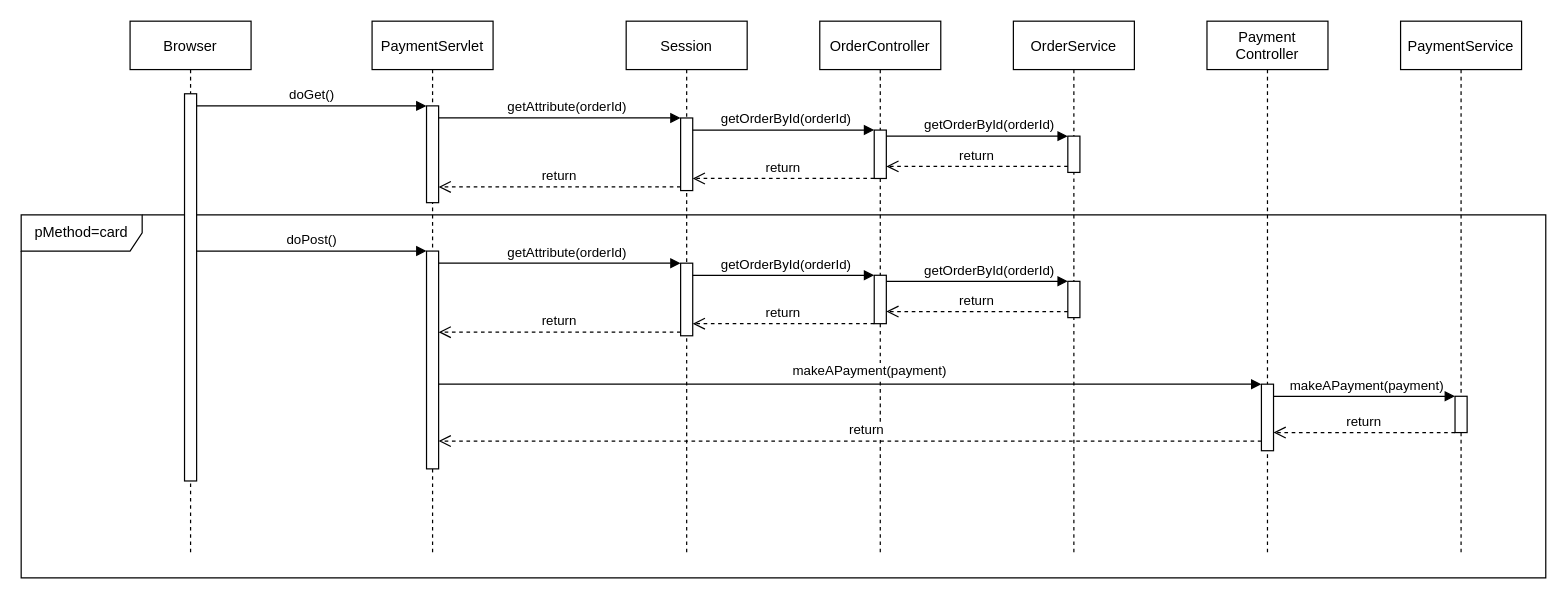
This is page "PaymentServlet" (4 of 4) of Diagrams/sequence_diagrams.drawio from matteovisotto/DB2-SirianiVisotto, a draw.io file, before an edit. Source tidied: cells renumbered, new cells numbered last; positions are measured from the earlier drawing's top-left corner, leaving out a move shared by most shapes. Both pictures are drawn from the tidied source at 121%, with x=0, y=0 at pixel (21, 21).
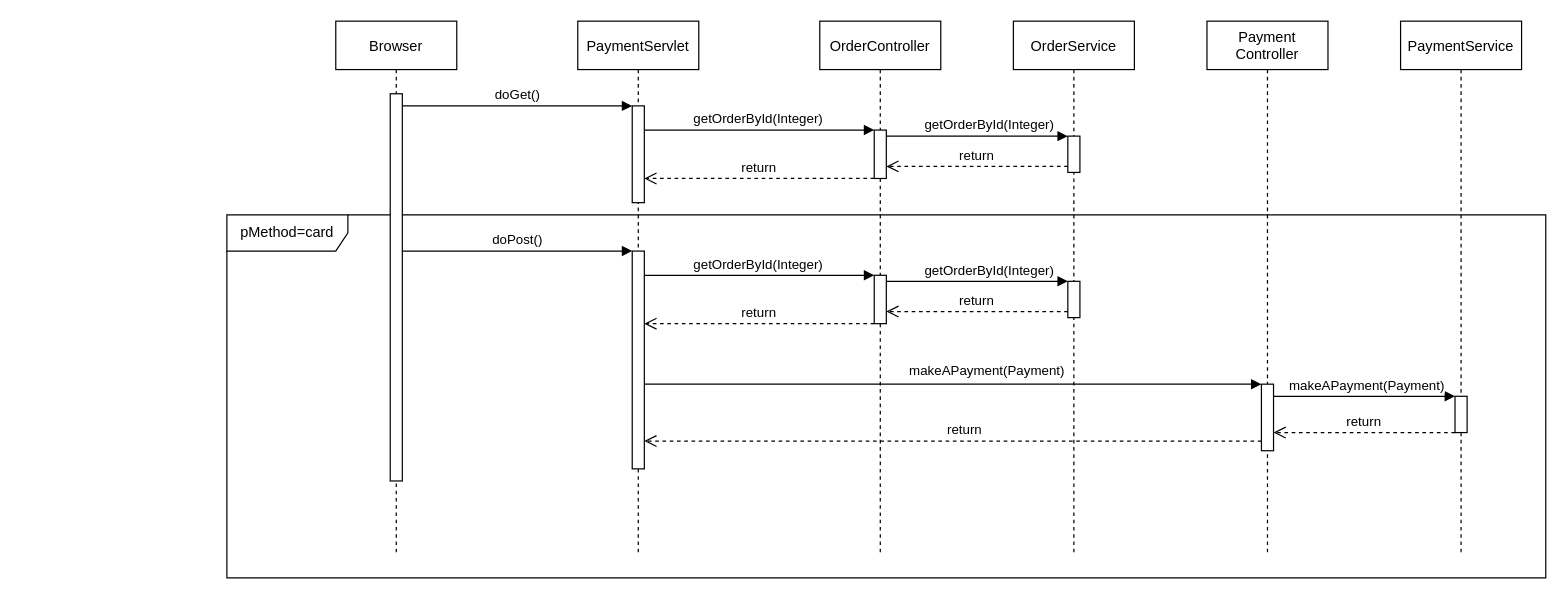
The same page after the edit.

Unchanged cells that the change refers to:
```xml
<mxCell id="4" style="points=[];perimeter=orthogonalPerimeter;rounded=0;shadow=0;strokeWidth=1;" parent="3" vertex="1">
  <mxGeometry x="45" y="70" width="10" height="80" as="geometry" />
</mxCell>
<mxCell id="5" style="points=[];perimeter=orthogonalPerimeter;rounded=0;shadow=0;strokeWidth=1;" parent="3" vertex="1">
  <mxGeometry x="45" y="190" width="10" height="180" as="geometry" />
</mxCell>
<mxCell id="12" style="points=[];perimeter=orthogonalPerimeter;rounded=0;shadow=0;strokeWidth=1;" parent="11" vertex="1">
  <mxGeometry x="45" y="60" width="10" height="320" as="geometry" />
</mxCell>
<mxCell id="19" style="points=[];perimeter=orthogonalPerimeter;rounded=0;shadow=0;strokeWidth=1;" parent="1" vertex="1">
  <mxGeometry x="705" y="90" width="10" height="40" as="geometry" />
</mxCell>
<mxCell id="24" style="verticalAlign=bottom;endArrow=block;shadow=0;strokeWidth=1;" parent="1" edge="1" source="19" target="23">
  <mxGeometry relative="1" as="geometry">
    <Array as="points">
      <mxPoint x="810" y="95" />
    </Array>
  </mxGeometry>
</mxCell>
<mxCell id="31" style="points=[];perimeter=orthogonalPerimeter;rounded=0;shadow=0;strokeWidth=1;" parent="1" vertex="1">
  <mxGeometry x="705" y="210" width="10" height="40" as="geometry" />
</mxCell>
<mxCell id="36" style="verticalAlign=bottom;endArrow=block;shadow=0;strokeWidth=1;" parent="1" edge="1" source="31" target="35">
  <mxGeometry relative="1" as="geometry">
    <Array as="points">
      <mxPoint x="810" y="215" />
    </Array>
  </mxGeometry>
</mxCell>
<mxCell id="41" style="points=[];perimeter=orthogonalPerimeter;rounded=0;shadow=0;strokeWidth=1;" parent="1" vertex="1">
  <mxGeometry x="1025" y="300" width="10" height="55" as="geometry" />
</mxCell>
<mxCell id="43" style="verticalAlign=bottom;endArrow=block;shadow=0;strokeWidth=1;" parent="1" edge="1" source="41" target="42">
  <mxGeometry relative="1" as="geometry">
    <Array as="points">
      <mxPoint x="1130" y="310" />
    </Array>
  </mxGeometry>
</mxCell>
```

The edit, as a diff of the source:
```diff
@@
     <mxCell id="2" value="pMethod=card" style="shape=umlFrame;whiteSpace=wrap;html=1;width=100;height=30;" parent="1" vertex="1">
-      <mxGeometry y="160" width="1260" height="300" as="geometry" />
+      <mxGeometry x="170" y="160" width="1090" height="300" as="geometry" />
     </mxCell>
     <mxCell id="3" value="PaymentServlet" style="shape=umlLifeline;perimeter=lifelinePerimeter;rounded=0;shadow=0;strokeWidth=1;" parent="1" vertex="1">
-      <mxGeometry x="290" width="100" height="440" as="geometry" />
+      <mxGeometry x="460" width="100" height="440" as="geometry" />
     </mxCell>
@@
-    <mxCell id="7" value="return" style="verticalAlign=bottom;endArrow=open;dashed=1;endSize=8;exitX=0;exitY=0.95;shadow=0;strokeWidth=1;" parent="1" edge="1" source="18" target="4">
-      <mxGeometry relative="1" as="geometry" />
-    </mxCell>
-    <mxCell id="8" style="verticalAlign=bottom;endArrow=block;entryX=0;entryY=0;shadow=0;strokeWidth=1;" parent="1" edge="1" source="4" target="18">
-      <mxGeometry relative="1" as="geometry" />
-    </mxCell>
-    <mxCell id="9" value="getAttribute(orderId)" style="edgeLabel;html=1;align=center;verticalAlign=middle;" parent="8" vertex="1">
-      <mxGeometry x="-0.14" y="3" relative="1" as="geometry">
-        <mxPoint x="19" y="-7" as="offset" />
-      </mxGeometry>
-    </mxCell>
@@
     <mxCell id="11" value="Browser" style="shape=umlLifeline;perimeter=lifelinePerimeter;rounded=0;shadow=0;strokeWidth=1;" parent="1" vertex="1">
-      <mxGeometry x="90" width="100" height="440" as="geometry" />
+      <mxGeometry x="260" width="100" height="440" as="geometry" />
     </mxCell>
@@
     <mxCell id="13" style="verticalAlign=bottom;endArrow=block;shadow=0;strokeWidth=1;" parent="1" edge="1" source="12" target="4">
       <mxGeometry relative="1" as="geometry">
         <Array as="points">
-          <mxPoint x="220" y="70" />
+          <mxPoint x="390" y="70" />
         </Array>
       </mxGeometry>
     </mxCell>
@@
     <mxCell id="15" style="verticalAlign=bottom;endArrow=block;shadow=0;strokeWidth=1;" parent="1" edge="1" source="12" target="5">
       <mxGeometry relative="1" as="geometry">
         <Array as="points">
-          <mxPoint x="220" y="190" />
+          <mxPoint x="390" y="190" />
         </Array>
       </mxGeometry>
     </mxCell>
@@
-    <mxCell id="17" value="Session" style="shape=umlLifeline;perimeter=lifelinePerimeter;rounded=0;shadow=0;strokeWidth=1;" parent="1" vertex="1">
-      <mxGeometry x="500" width="100" height="440" as="geometry" />
-    </mxCell>
-    <mxCell id="18" style="points=[];perimeter=orthogonalPerimeter;rounded=0;shadow=0;strokeWidth=1;" parent="17" vertex="1">
-      <mxGeometry x="45" y="80" width="10" height="60" as="geometry" />
-    </mxCell>
@@
-    <mxCell id="20" style="verticalAlign=bottom;endArrow=block;shadow=0;strokeWidth=1;" parent="1" edge="1" source="18" target="19">
+    <mxCell id="20" style="verticalAlign=bottom;endArrow=block;shadow=0;strokeWidth=1;" parent="1" edge="1" source="4" target="19">
       <mxGeometry relative="1" as="geometry">
         <Array as="points">
-          <mxPoint x="650" y="90" />
+          <mxPoint x="610" y="90" />
         </Array>
       </mxGeometry>
     </mxCell>
-    <mxCell id="21" value="getOrderById(orderId)" style="edgeLabel;html=1;align=center;verticalAlign=middle;" parent="20" vertex="1">
+    <mxCell id="21" value="getOrderById(Integer)" style="edgeLabel;html=1;align=center;verticalAlign=middle;" parent="20" vertex="1">
       <mxGeometry x="-0.14" y="3" relative="1" as="geometry">
         <mxPoint x="11" y="-7" as="offset" />
       </mxGeometry>
     </mxCell>
-    <mxCell id="22" value="return" style="verticalAlign=bottom;endArrow=open;dashed=1;endSize=8;shadow=0;strokeWidth=1;" parent="1" edge="1" source="19" target="18">
+    <mxCell id="22" value="return" style="verticalAlign=bottom;endArrow=open;dashed=1;endSize=8;shadow=0;strokeWidth=1;" parent="1" edge="1" source="19" target="4">
       <mxGeometry relative="1" as="geometry">
         <Array as="points">
-          <mxPoint x="620" y="130" />
+          <mxPoint x="650" y="130" />
         </Array>
       </mxGeometry>
     </mxCell>
@@
-    <mxCell id="25" value="getOrderById(orderId)" style="edgeLabel;html=1;align=center;verticalAlign=middle;" parent="24" vertex="1">
+    <mxCell id="25" value="getOrderById(Integer)" style="edgeLabel;html=1;align=center;verticalAlign=middle;" parent="24" vertex="1">
       <mxGeometry x="-0.14" y="3" relative="1" as="geometry">
         <mxPoint x="19" y="-7" as="offset" />
       </mxGeometry>
     </mxCell>
@@
-    <mxCell id="27" value="return" style="verticalAlign=bottom;endArrow=open;dashed=1;endSize=8;exitX=0;exitY=0.95;shadow=0;strokeWidth=1;" parent="1" edge="1" source="30" target="5">
-      <mxGeometry relative="1" as="geometry" />
-    </mxCell>
-    <mxCell id="28" style="verticalAlign=bottom;endArrow=block;entryX=0;entryY=0;shadow=0;strokeWidth=1;" parent="1" edge="1" source="5" target="30">
-      <mxGeometry relative="1" as="geometry" />
-    </mxCell>
-    <mxCell id="29" value="getAttribute(orderId)" style="edgeLabel;html=1;align=center;verticalAlign=middle;" parent="28" vertex="1">
-      <mxGeometry x="-0.14" y="3" relative="1" as="geometry">
-        <mxPoint x="19" y="-7" as="offset" />
-      </mxGeometry>
-    </mxCell>
-    <mxCell id="30" style="points=[];perimeter=orthogonalPerimeter;rounded=0;shadow=0;strokeWidth=1;" parent="1" vertex="1">
-      <mxGeometry x="545" y="200" width="10" height="60" as="geometry" />
-    </mxCell>
@@
-    <mxCell id="32" style="verticalAlign=bottom;endArrow=block;shadow=0;strokeWidth=1;" parent="1" edge="1" source="30" target="31">
+    <mxCell id="32" style="verticalAlign=bottom;endArrow=block;shadow=0;strokeWidth=1;" parent="1" edge="1" source="5" target="31">
       <mxGeometry relative="1" as="geometry">
         <Array as="points">
-          <mxPoint x="650" y="210" />
+          <mxPoint x="620" y="210" />
         </Array>
       </mxGeometry>
     </mxCell>
-    <mxCell id="33" value="getOrderById(orderId)" style="edgeLabel;html=1;align=center;verticalAlign=middle;" parent="32" vertex="1">
+    <mxCell id="33" value="getOrderById(Integer)" style="edgeLabel;html=1;align=center;verticalAlign=middle;" parent="32" vertex="1">
       <mxGeometry x="-0.14" y="3" relative="1" as="geometry">
         <mxPoint x="11" y="-7" as="offset" />
       </mxGeometry>
     </mxCell>
-    <mxCell id="34" value="return" style="verticalAlign=bottom;endArrow=open;dashed=1;endSize=8;shadow=0;strokeWidth=1;" parent="1" edge="1" source="31" target="30">
+    <mxCell id="34" value="return" style="verticalAlign=bottom;endArrow=open;dashed=1;endSize=8;shadow=0;strokeWidth=1;" parent="1" edge="1" source="31" target="5">
       <mxGeometry relative="1" as="geometry">
         <Array as="points">
-          <mxPoint x="620" y="250" />
+          <mxPoint x="610" y="250" />
         </Array>
       </mxGeometry>
     </mxCell>
@@
-    <mxCell id="37" value="getOrderById(orderId)" style="edgeLabel;html=1;align=center;verticalAlign=middle;" parent="36" vertex="1">
+    <mxCell id="37" value="getOrderById(Integer)" style="edgeLabel;html=1;align=center;verticalAlign=middle;" parent="36" vertex="1">
       <mxGeometry x="-0.14" y="3" relative="1" as="geometry">
         <mxPoint x="19" y="-7" as="offset" />
       </mxGeometry>
     </mxCell>
@@
-    <mxCell id="44" value="makeAPayment(payment)" style="edgeLabel;html=1;align=center;verticalAlign=middle;" parent="43" vertex="1">
+    <mxCell id="44" value="makeAPayment(Payment)" style="edgeLabel;html=1;align=center;verticalAlign=middle;" parent="43" vertex="1">
       <mxGeometry x="-0.14" y="3" relative="1" as="geometry">
         <mxPoint x="11" y="-7" as="offset" />
       </mxGeometry>
     </mxCell>
@@
     <mxCell id="46" style="verticalAlign=bottom;endArrow=block;shadow=0;strokeWidth=1;" parent="1" edge="1" source="5" target="41">
       <mxGeometry relative="1" as="geometry">
         <Array as="points">
-          <mxPoint x="440" y="300" />
+          <mxPoint x="610" y="300" />
         </Array>
       </mxGeometry>
     </mxCell>
-    <mxCell id="47" value="makeAPayment(payment)" style="edgeLabel;html=1;align=center;verticalAlign=middle;" parent="46" vertex="1">
+    <mxCell id="47" value="makeAPayment(Payment)" style="edgeLabel;html=1;align=center;verticalAlign=middle;" parent="46" vertex="1">
       <mxGeometry x="-0.14" y="3" relative="1" as="geometry">
         <mxPoint x="63" y="-9" as="offset" />
       </mxGeometry>
     </mxCell>
     <mxCell id="48" value="return" style="verticalAlign=bottom;endArrow=open;dashed=1;endSize=8;shadow=0;strokeWidth=1;" parent="1" edge="1" source="41" target="5">
       <mxGeometry x="-0.04" relative="1" as="geometry">
         <Array as="points">
-          <mxPoint x="410" y="347" />
+          <mxPoint x="580" y="347" />
         </Array>
       </mxGeometry>
     </mxCell>
```
